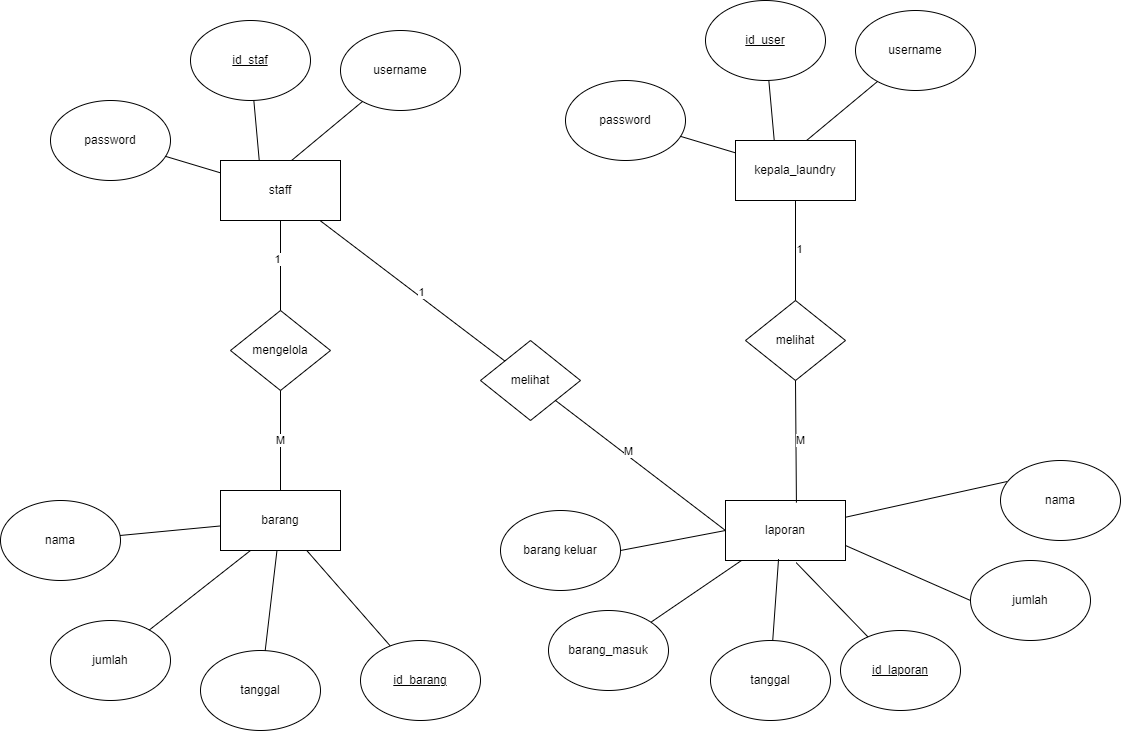
This is Image SRS/ERD.png from lutfiainnun/Kelompok6, a draw.io export, as it was before one commit. Source tidied: cells renumbered, new cells last; positions are measured from the earlier drawing's top-left corner, leaving out a move shared by most shapes. The source it was exported from:
```xml
<mxGraphModel>
  <root>
    <mxCell id="0" />
    <mxCell id="1" parent="0" />
    <mxCell id="2" value="&lt;u&gt;id_staf&lt;/u&gt;" style="ellipse;whiteSpace=wrap;html=1;" parent="1" vertex="1">
      <mxGeometry x="190" y="20" width="120" height="80" as="geometry" />
    </mxCell>
    <mxCell id="3" value="username" style="ellipse;whiteSpace=wrap;html=1;" parent="1" vertex="1">
      <mxGeometry x="340" y="30" width="120" height="80" as="geometry" />
    </mxCell>
    <mxCell id="4" value="password" style="ellipse;whiteSpace=wrap;html=1;" parent="1" vertex="1">
      <mxGeometry x="50" y="100" width="120" height="80" as="geometry" />
    </mxCell>
    <mxCell id="5" style="endArrow=none;html=1;rounded=0;" parent="1" edge="1" source="4" target="8">
      <mxGeometry relative="1" as="geometry" />
    </mxCell>
    <mxCell id="6" style="endArrow=none;html=1;rounded=0;entryX=0.324;entryY=0.026;entryDx=0;entryDy=0;entryPerimeter=0;" parent="1" edge="1" source="2" target="8">
      <mxGeometry relative="1" as="geometry" />
    </mxCell>
    <mxCell id="7" style="endArrow=none;html=1;rounded=0;exitX=0.594;exitY=-0.003;exitDx=0;exitDy=0;exitPerimeter=0;" parent="1" edge="1" source="8" target="3">
      <mxGeometry relative="1" as="geometry" />
    </mxCell>
    <mxCell id="8" value="staff" style="rounded=0;whiteSpace=wrap;html=1;" parent="1" vertex="1">
      <mxGeometry x="220" y="160" width="120" height="60" as="geometry" />
    </mxCell>
    <mxCell id="9" value="barang" style="rounded=0;whiteSpace=wrap;html=1;" parent="1" vertex="1">
      <mxGeometry x="220" y="490" width="120" height="60" as="geometry" />
    </mxCell>
    <mxCell id="10" value="mengelola" style="rhombus;whiteSpace=wrap;html=1;" parent="1" vertex="1">
      <mxGeometry x="230" y="310" width="100" height="80" as="geometry" />
    </mxCell>
    <mxCell id="11" style="endArrow=none;html=1;rounded=0;entryX=0.5;entryY=0;entryDx=0;entryDy=0;" parent="1" edge="1" source="8" target="10">
      <mxGeometry relative="1" as="geometry" />
    </mxCell>
    <mxCell id="12" value="1" style="edgeLabel;html=1;align=center;verticalAlign=middle;" parent="11" vertex="1">
      <mxGeometry x="-0.14" y="-4" relative="1" as="geometry" />
    </mxCell>
    <mxCell id="13" value="M" style="endArrow=none;html=1;rounded=0;entryX=0.5;entryY=0;entryDx=0;entryDy=0;" parent="1" edge="1" source="10" target="9">
      <mxGeometry relative="1" as="geometry" />
    </mxCell>
    <mxCell id="14" value="jumlah" style="ellipse;whiteSpace=wrap;html=1;" parent="1" vertex="1">
      <mxGeometry x="50" y="620" width="120" height="80" as="geometry" />
    </mxCell>
    <mxCell id="15" value="tanggal" style="ellipse;whiteSpace=wrap;html=1;" parent="1" vertex="1">
      <mxGeometry x="200" y="650" width="120" height="80" as="geometry" />
    </mxCell>
    <mxCell id="16" value="nama" style="ellipse;whiteSpace=wrap;html=1;" parent="1" vertex="1">
      <mxGeometry y="500" width="120" height="80" as="geometry" />
    </mxCell>
    <mxCell id="17" style="endArrow=none;html=1;rounded=0;" parent="1" edge="1" source="16" target="9">
      <mxGeometry relative="1" as="geometry" />
    </mxCell>
    <mxCell id="18" style="endArrow=none;html=1;rounded=0;exitX=0.25;exitY=1;exitDx=0;exitDy=0;" parent="1" edge="1" source="9" target="14">
      <mxGeometry relative="1" as="geometry" />
    </mxCell>
    <mxCell id="19" style="endArrow=none;html=1;rounded=0;" parent="1" edge="1" source="9" target="15">
      <mxGeometry relative="1" as="geometry" />
    </mxCell>
    <mxCell id="20" style="endArrow=none;html=1;rounded=0;" parent="1" edge="1" source="9" target="21">
      <mxGeometry relative="1" as="geometry" />
    </mxCell>
    <mxCell id="21" value="&lt;u&gt;id_barang&lt;/u&gt;" style="ellipse;whiteSpace=wrap;html=1;" parent="1" vertex="1">
      <mxGeometry x="360" y="640" width="120" height="80" as="geometry" />
    </mxCell>
    <mxCell id="22" value="melihat" style="rhombus;whiteSpace=wrap;html=1;" parent="1" vertex="1">
      <mxGeometry x="480" y="340" width="100" height="80" as="geometry" />
    </mxCell>
    <mxCell id="23" style="endArrow=none;html=1;rounded=0;" parent="1" edge="1" source="8" target="22">
      <mxGeometry relative="1" as="geometry" />
    </mxCell>
    <mxCell id="24" value="1" style="edgeLabel;html=1;align=center;verticalAlign=middle;" parent="23" vertex="1">
      <mxGeometry x="0.07" y="4" relative="1" as="geometry" />
    </mxCell>
    <mxCell id="25" value="laporan" style="rounded=0;whiteSpace=wrap;html=1;" parent="1" vertex="1">
      <mxGeometry x="725" y="500" width="120" height="60" as="geometry" />
    </mxCell>
    <mxCell id="26" style="endArrow=none;html=1;rounded=0;exitX=1;exitY=1;exitDx=0;exitDy=0;entryX=0;entryY=0.5;entryDx=0;entryDy=0;" parent="1" edge="1" source="22" target="25">
      <mxGeometry relative="1" as="geometry" />
    </mxCell>
    <mxCell id="27" value="M" style="edgeLabel;html=1;align=center;verticalAlign=middle;" parent="26" vertex="1">
      <mxGeometry x="-0.17" y="4" relative="1" as="geometry" />
    </mxCell>
    <mxCell id="28" value="&lt;u&gt;id_laporan&lt;/u&gt;" style="ellipse;whiteSpace=wrap;html=1;" parent="1" vertex="1">
      <mxGeometry x="840" y="630" width="120" height="80" as="geometry" />
    </mxCell>
    <mxCell id="29" value="tanggal" style="ellipse;whiteSpace=wrap;html=1;" parent="1" vertex="1">
      <mxGeometry x="710" y="640" width="120" height="80" as="geometry" />
    </mxCell>
    <mxCell id="30" value="jumlah" style="ellipse;whiteSpace=wrap;html=1;" parent="1" vertex="1">
      <mxGeometry x="970" y="560" width="120" height="80" as="geometry" />
    </mxCell>
    <mxCell id="31" value="nama" style="ellipse;whiteSpace=wrap;html=1;" parent="1" vertex="1">
      <mxGeometry x="1000" y="460" width="120" height="80" as="geometry" />
    </mxCell>
    <mxCell id="32" value="barang_masuk" style="ellipse;whiteSpace=wrap;html=1;" parent="1" vertex="1">
      <mxGeometry x="548" y="610" width="120" height="80" as="geometry" />
    </mxCell>
    <mxCell id="33" value="barang keluar" style="ellipse;whiteSpace=wrap;html=1;" parent="1" vertex="1">
      <mxGeometry x="500" y="510" width="120" height="80" as="geometry" />
    </mxCell>
    <mxCell id="34" style="endArrow=none;html=1;rounded=0;entryX=1;entryY=0;entryDx=0;entryDy=0;" parent="1" edge="1" source="25" target="32">
      <mxGeometry relative="1" as="geometry" />
    </mxCell>
    <mxCell id="35" style="endArrow=none;html=1;rounded=0;exitX=0.442;exitY=0.977;exitDx=0;exitDy=0;exitPerimeter=0;" parent="1" edge="1" source="25" target="29">
      <mxGeometry relative="1" as="geometry" />
    </mxCell>
    <mxCell id="36" style="endArrow=none;html=1;rounded=0;exitX=0.589;exitY=1.036;exitDx=0;exitDy=0;exitPerimeter=0;" parent="1" edge="1" source="25" target="28">
      <mxGeometry relative="1" as="geometry" />
    </mxCell>
    <mxCell id="37" style="endArrow=none;html=1;rounded=0;exitX=1;exitY=0.75;exitDx=0;exitDy=0;entryX=0;entryY=0.5;entryDx=0;entryDy=0;" parent="1" edge="1" source="25" target="30">
      <mxGeometry relative="1" as="geometry" />
    </mxCell>
    <mxCell id="38" style="endArrow=none;html=1;rounded=0;entryX=1;entryY=0.5;entryDx=0;entryDy=0;exitX=0;exitY=0.5;exitDx=0;exitDy=0;" parent="1" edge="1" source="25" target="33">
      <mxGeometry relative="1" as="geometry" />
    </mxCell>
    <mxCell id="39" style="endArrow=none;html=1;rounded=0;exitX=0.054;exitY=0.263;exitDx=0;exitDy=0;exitPerimeter=0;" parent="1" edge="1" source="31" target="25">
      <mxGeometry relative="1" as="geometry" />
    </mxCell>
    <mxCell id="40" value="&lt;u&gt;id_user&lt;/u&gt;" style="ellipse;whiteSpace=wrap;html=1;" parent="1" vertex="1">
      <mxGeometry x="705" width="120" height="80" as="geometry" />
    </mxCell>
    <mxCell id="41" value="username" style="ellipse;whiteSpace=wrap;html=1;" parent="1" vertex="1">
      <mxGeometry x="855" y="10" width="120" height="80" as="geometry" />
    </mxCell>
    <mxCell id="42" value="password" style="ellipse;whiteSpace=wrap;html=1;" parent="1" vertex="1">
      <mxGeometry x="565" y="80" width="120" height="80" as="geometry" />
    </mxCell>
    <mxCell id="43" style="endArrow=none;html=1;rounded=0;" parent="1" edge="1" source="42" target="46">
      <mxGeometry relative="1" as="geometry" />
    </mxCell>
    <mxCell id="44" style="endArrow=none;html=1;rounded=0;entryX=0.324;entryY=0.026;entryDx=0;entryDy=0;entryPerimeter=0;" parent="1" edge="1" source="40" target="46">
      <mxGeometry relative="1" as="geometry" />
    </mxCell>
    <mxCell id="45" style="endArrow=none;html=1;rounded=0;exitX=0.594;exitY=-0.003;exitDx=0;exitDy=0;exitPerimeter=0;" parent="1" edge="1" source="46" target="41">
      <mxGeometry relative="1" as="geometry" />
    </mxCell>
    <mxCell id="46" value="kepala_laundry" style="rounded=0;whiteSpace=wrap;html=1;" parent="1" vertex="1">
      <mxGeometry x="735" y="140" width="120" height="60" as="geometry" />
    </mxCell>
    <mxCell id="47" value="melihat" style="rhombus;whiteSpace=wrap;html=1;" parent="1" vertex="1">
      <mxGeometry x="745" y="300" width="100" height="80" as="geometry" />
    </mxCell>
    <mxCell id="48" style="endArrow=none;html=1;rounded=0;exitX=0.5;exitY=0;exitDx=0;exitDy=0;entryX=0.5;entryY=1;entryDx=0;entryDy=0;" parent="1" edge="1" source="47" target="46">
      <mxGeometry relative="1" as="geometry" />
    </mxCell>
    <mxCell id="49" value="1" style="edgeLabel;html=1;align=center;verticalAlign=middle;" parent="48" vertex="1">
      <mxGeometry x="0.02" y="-3" relative="1" as="geometry" />
    </mxCell>
    <mxCell id="50" style="endArrow=none;html=1;rounded=0;entryX=0.5;entryY=1;entryDx=0;entryDy=0;exitX=0.591;exitY=0.036;exitDx=0;exitDy=0;exitPerimeter=0;" parent="1" edge="1" source="25" target="47">
      <mxGeometry relative="1" as="geometry" />
    </mxCell>
    <mxCell id="51" value="M" style="edgeLabel;html=1;align=center;verticalAlign=middle;" parent="50" vertex="1">
      <mxGeometry x="0.05" y="-4" relative="1" as="geometry" />
    </mxCell>
  </root>
</mxGraphModel>
```
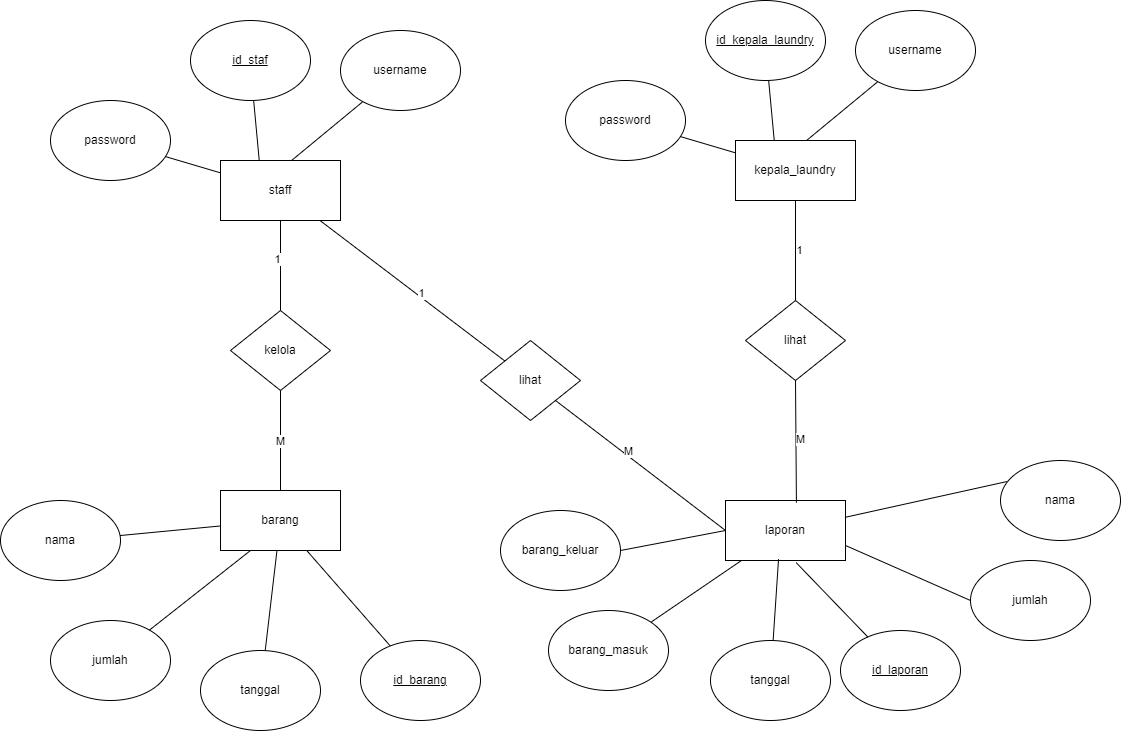
Above is the later version.

Diff of the diagram source:
```diff
@@ -26,7 +26,7 @@
     <mxCell id="9" value="barang" style="rounded=0;whiteSpace=wrap;html=1;" parent="1" vertex="1">
       <mxGeometry x="220" y="490" width="120" height="60" as="geometry" />
     </mxCell>
-    <mxCell id="10" value="mengelola" style="rhombus;whiteSpace=wrap;html=1;" parent="1" vertex="1">
+    <mxCell id="10" value="kelola" style="rhombus;whiteSpace=wrap;html=1;" parent="1" vertex="1">
       <mxGeometry x="230" y="310" width="100" height="80" as="geometry" />
     </mxCell>
     <mxCell id="11" style="endArrow=none;html=1;rounded=0;entryX=0.5;entryY=0;entryDx=0;entryDy=0;" parent="1" edge="1" source="8" target="10">
@@ -62,7 +62,7 @@
     <mxCell id="21" value="&lt;u&gt;id_barang&lt;/u&gt;" style="ellipse;whiteSpace=wrap;html=1;" parent="1" vertex="1">
       <mxGeometry x="360" y="640" width="120" height="80" as="geometry" />
     </mxCell>
-    <mxCell id="22" value="melihat" style="rhombus;whiteSpace=wrap;html=1;" parent="1" vertex="1">
+    <mxCell id="22" value="lihat" style="rhombus;whiteSpace=wrap;html=1;" parent="1" vertex="1">
       <mxGeometry x="480" y="340" width="100" height="80" as="geometry" />
     </mxCell>
     <mxCell id="23" style="endArrow=none;html=1;rounded=0;" parent="1" edge="1" source="8" target="22">
@@ -95,7 +95,7 @@
     <mxCell id="32" value="barang_masuk" style="ellipse;whiteSpace=wrap;html=1;" parent="1" vertex="1">
       <mxGeometry x="548" y="610" width="120" height="80" as="geometry" />
     </mxCell>
-    <mxCell id="33" value="barang keluar" style="ellipse;whiteSpace=wrap;html=1;" parent="1" vertex="1">
+    <mxCell id="33" value="barang_keluar" style="ellipse;whiteSpace=wrap;html=1;" parent="1" vertex="1">
       <mxGeometry x="500" y="510" width="120" height="80" as="geometry" />
     </mxCell>
     <mxCell id="34" style="endArrow=none;html=1;rounded=0;entryX=1;entryY=0;entryDx=0;entryDy=0;" parent="1" edge="1" source="25" target="32">
@@ -116,7 +116,7 @@
     <mxCell id="39" style="endArrow=none;html=1;rounded=0;exitX=0.054;exitY=0.263;exitDx=0;exitDy=0;exitPerimeter=0;" parent="1" edge="1" source="31" target="25">
       <mxGeometry relative="1" as="geometry" />
     </mxCell>
-    <mxCell id="40" value="&lt;u&gt;id_user&lt;/u&gt;" style="ellipse;whiteSpace=wrap;html=1;" parent="1" vertex="1">
+    <mxCell id="40" value="&lt;u&gt;id_kepala_laundry&lt;/u&gt;" style="ellipse;whiteSpace=wrap;html=1;" parent="1" vertex="1">
       <mxGeometry x="705" width="120" height="80" as="geometry" />
     </mxCell>
     <mxCell id="41" value="username" style="ellipse;whiteSpace=wrap;html=1;" parent="1" vertex="1">
@@ -137,7 +137,7 @@
     <mxCell id="46" value="kepala_laundry" style="rounded=0;whiteSpace=wrap;html=1;" parent="1" vertex="1">
       <mxGeometry x="735" y="140" width="120" height="60" as="geometry" />
     </mxCell>
-    <mxCell id="47" value="melihat" style="rhombus;whiteSpace=wrap;html=1;" parent="1" vertex="1">
+    <mxCell id="47" value="lihat" style="rhombus;whiteSpace=wrap;html=1;" parent="1" vertex="1">
       <mxGeometry x="745" y="300" width="100" height="80" as="geometry" />
     </mxCell>
     <mxCell id="48" style="endArrow=none;html=1;rounded=0;exitX=0.5;exitY=0;exitDx=0;exitDy=0;entryX=0.5;entryY=1;entryDx=0;entryDy=0;" parent="1" edge="1" source="47" target="46">
```
